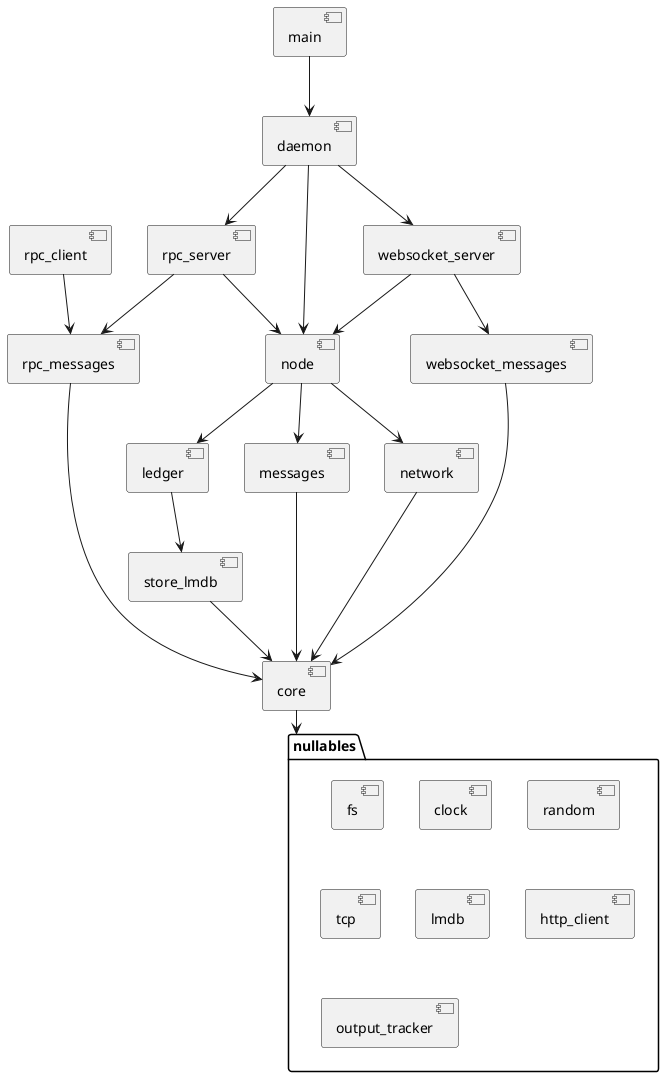
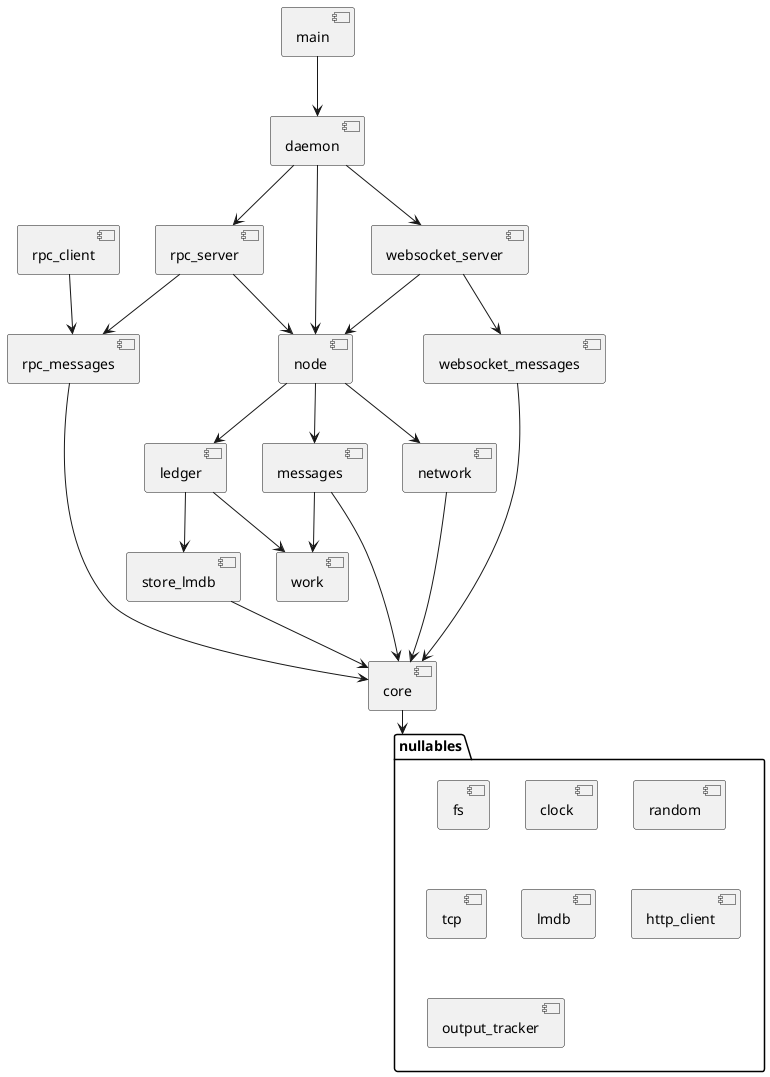
@startuml "Split crates"

[core]
+ [work]
[ledger]
[store_lmdb]
[messages]
[network]
[daemon]
[node]
[main]
[rpc_messages]
[rpc_server]
[rpc_client]
[websocket_messages]
[websocket_server]

folder "nullables"{
[fs]
[clock]
[random]
[tcp]
[lmdb]
[http_client]
[output_tracker]
}

[main] --> [daemon]
[daemon] --> [node]
[daemon] --> [rpc_server]
[daemon] --> [websocket_server]
[rpc_server] --> [node]
[rpc_server] --> [rpc_messages]
[rpc_client] --> [rpc_messages]
[rpc_messages] --> [core]
[node] --> [ledger]
[node] --> [messages]
[node] --> [network]
[websocket_server] --> [websocket_messages]
[websocket_server] --> [node]
[websocket_messages] --> [core]
[messages] --> [core]
+ [messages] --> [work]
[network] --> [core]
[ledger] --> [store_lmdb]
+ [ledger] --> [work]
[store_lmdb] --> [core]
[core] --> "nullables"

@enduml
